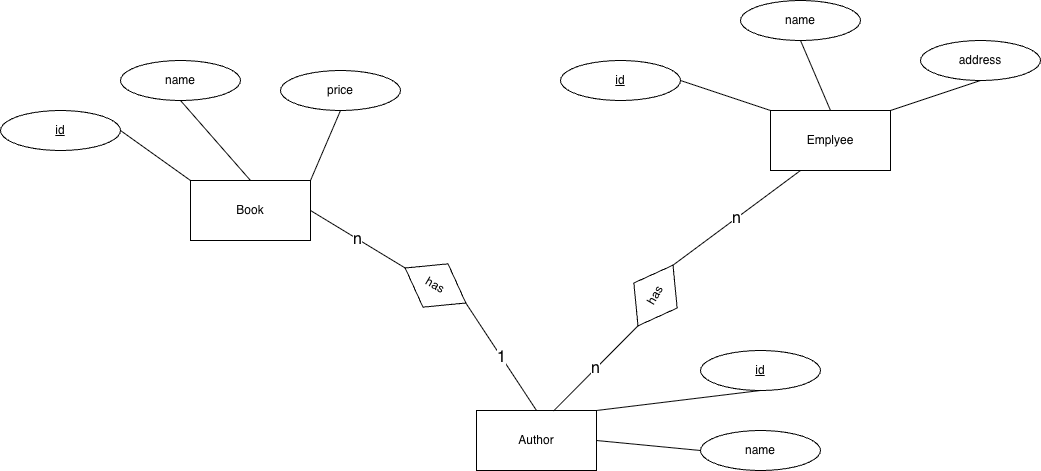
Before: book_store/book_store.drawio.png, a diagram exported from draw.io (quangtruong27/mysql). Source tidied: cells renumbered, new cells last; positions are measured from the earlier drawing's top-left corner, leaving out a move shared by most shapes. The source it was exported from:
```xml
<mxGraphModel>
  <root>
    <mxCell id="0" />
    <mxCell id="1" parent="0" />
    <mxCell id="2" value="Book" style="rounded=0;whiteSpace=wrap;html=1;" parent="1" vertex="1">
      <mxGeometry x="190" y="180" width="120" height="60" as="geometry" />
    </mxCell>
    <mxCell id="3" value="Author" style="rounded=0;whiteSpace=wrap;html=1;" parent="1" vertex="1">
      <mxGeometry x="476" y="410" width="120" height="60" as="geometry" />
    </mxCell>
    <mxCell id="4" value="Emplyee" style="rounded=0;whiteSpace=wrap;html=1;" parent="1" vertex="1">
      <mxGeometry x="770" y="110" width="120" height="60" as="geometry" />
    </mxCell>
    <mxCell id="5" value="&lt;u&gt;id&lt;/u&gt;" style="ellipse;whiteSpace=wrap;html=1;" parent="1" vertex="1">
      <mxGeometry y="110" width="120" height="40" as="geometry" />
    </mxCell>
    <mxCell id="6" value="name" style="ellipse;whiteSpace=wrap;html=1;" parent="1" vertex="1">
      <mxGeometry x="120" y="60" width="120" height="40" as="geometry" />
    </mxCell>
    <mxCell id="7" value="price" style="ellipse;whiteSpace=wrap;html=1;" parent="1" vertex="1">
      <mxGeometry x="280" y="70" width="120" height="40" as="geometry" />
    </mxCell>
    <mxCell id="8" value="&lt;u&gt;id&lt;/u&gt;" style="ellipse;whiteSpace=wrap;html=1;" parent="1" vertex="1">
      <mxGeometry x="700" y="350" width="120" height="40" as="geometry" />
    </mxCell>
    <mxCell id="9" value="name" style="ellipse;whiteSpace=wrap;html=1;" parent="1" vertex="1">
      <mxGeometry x="700" y="430" width="120" height="40" as="geometry" />
    </mxCell>
    <mxCell id="10" value="&lt;u&gt;id&lt;/u&gt;" style="ellipse;whiteSpace=wrap;html=1;" parent="1" vertex="1">
      <mxGeometry x="560" y="60" width="120" height="40" as="geometry" />
    </mxCell>
    <mxCell id="11" value="name" style="ellipse;whiteSpace=wrap;html=1;" parent="1" vertex="1">
      <mxGeometry x="740" width="120" height="40" as="geometry" />
    </mxCell>
    <mxCell id="12" value="address" style="ellipse;whiteSpace=wrap;html=1;" parent="1" vertex="1">
      <mxGeometry x="920" y="40" width="120" height="40" as="geometry" />
    </mxCell>
    <mxCell id="13" style="endArrow=none;html=1;rounded=0;entryX=1;entryY=0.5;entryDx=0;entryDy=0;exitX=0;exitY=0;exitDx=0;exitDy=0;" parent="1" edge="1" source="2" target="5">
      <mxGeometry relative="1" as="geometry" />
    </mxCell>
    <mxCell id="14" style="endArrow=none;html=1;rounded=0;entryX=0.5;entryY=1;entryDx=0;entryDy=0;exitX=0.5;exitY=0;exitDx=0;exitDy=0;" parent="1" edge="1" source="2" target="6">
      <mxGeometry relative="1" as="geometry" />
    </mxCell>
    <mxCell id="15" style="endArrow=none;html=1;rounded=0;entryX=0.5;entryY=1;entryDx=0;entryDy=0;exitX=1;exitY=0;exitDx=0;exitDy=0;" parent="1" edge="1" source="2" target="7">
      <mxGeometry relative="1" as="geometry" />
    </mxCell>
    <mxCell id="16" style="endArrow=none;html=1;rounded=0;entryX=0.5;entryY=1;entryDx=0;entryDy=0;exitX=1;exitY=0;exitDx=0;exitDy=0;" parent="1" edge="1" source="3" target="8">
      <mxGeometry relative="1" as="geometry" />
    </mxCell>
    <mxCell id="17" style="endArrow=none;html=1;rounded=0;entryX=0;entryY=0.5;entryDx=0;entryDy=0;exitX=1;exitY=0.5;exitDx=0;exitDy=0;" parent="1" edge="1" source="3" target="9">
      <mxGeometry relative="1" as="geometry" />
    </mxCell>
    <mxCell id="18" style="endArrow=none;html=1;rounded=0;exitX=1;exitY=0.5;exitDx=0;exitDy=0;entryX=0;entryY=0;entryDx=0;entryDy=0;" parent="1" edge="1" source="10" target="4">
      <mxGeometry relative="1" as="geometry" />
    </mxCell>
    <mxCell id="19" style="endArrow=none;html=1;rounded=0;exitX=0.5;exitY=0;exitDx=0;exitDy=0;entryX=0.5;entryY=1;entryDx=0;entryDy=0;" parent="1" edge="1" source="4" target="11">
      <mxGeometry relative="1" as="geometry" />
    </mxCell>
    <mxCell id="20" style="endArrow=none;html=1;rounded=0;exitX=1;exitY=0;exitDx=0;exitDy=0;entryX=0.5;entryY=1;entryDx=0;entryDy=0;" parent="1" edge="1" source="4" target="12">
      <mxGeometry relative="1" as="geometry" />
    </mxCell>
    <mxCell id="21" value="has" style="rhombus;whiteSpace=wrap;html=1;rotation=30;" parent="1" vertex="1">
      <mxGeometry x="400" y="260" width="70" height="50" as="geometry" />
    </mxCell>
    <mxCell id="22" value="&lt;font style=&quot;font-size: 16px;&quot;&gt;n&lt;/font&gt;" style="endArrow=none;html=1;rounded=0;exitX=1;exitY=0.5;exitDx=0;exitDy=0;entryX=0;entryY=0.5;entryDx=0;entryDy=0;" parent="1" edge="1" source="2">
      <mxGeometry relative="1" as="geometry">
        <mxPoint x="404.7" y="267.5" as="targetPoint" />
      </mxGeometry>
    </mxCell>
    <mxCell id="23" value="&lt;font style=&quot;font-size: 16px;&quot;&gt;1&lt;/font&gt;" style="endArrow=none;html=1;rounded=0;exitX=0.5;exitY=0;exitDx=0;exitDy=0;entryX=1;entryY=0.5;entryDx=0;entryDy=0;" parent="1" edge="1" source="3" target="21">
      <mxGeometry relative="1" as="geometry" />
    </mxCell>
    <mxCell id="24" value="has" style="rhombus;whiteSpace=wrap;html=1;rotation=-60;" parent="1" vertex="1">
      <mxGeometry x="620" y="270" width="70" height="50" as="geometry" />
    </mxCell>
    <mxCell id="25" value="&lt;font style=&quot;font-size: 16px;&quot;&gt;n&lt;/font&gt;" style="endArrow=none;html=1;rounded=0;exitX=0.642;exitY=0.008;exitDx=0;exitDy=0;exitPerimeter=0;entryX=0;entryY=0.5;entryDx=0;entryDy=0;" parent="1" edge="1" source="3" target="24">
      <mxGeometry relative="1" as="geometry" />
    </mxCell>
    <mxCell id="26" value="&lt;font style=&quot;font-size: 16px;&quot;&gt;n&lt;/font&gt;" style="endArrow=none;html=1;rounded=0;entryX=0.25;entryY=1;entryDx=0;entryDy=0;exitX=1;exitY=0.5;exitDx=0;exitDy=0;" parent="1" edge="1" source="24" target="4">
      <mxGeometry relative="1" as="geometry" />
    </mxCell>
  </root>
</mxGraphModel>
```
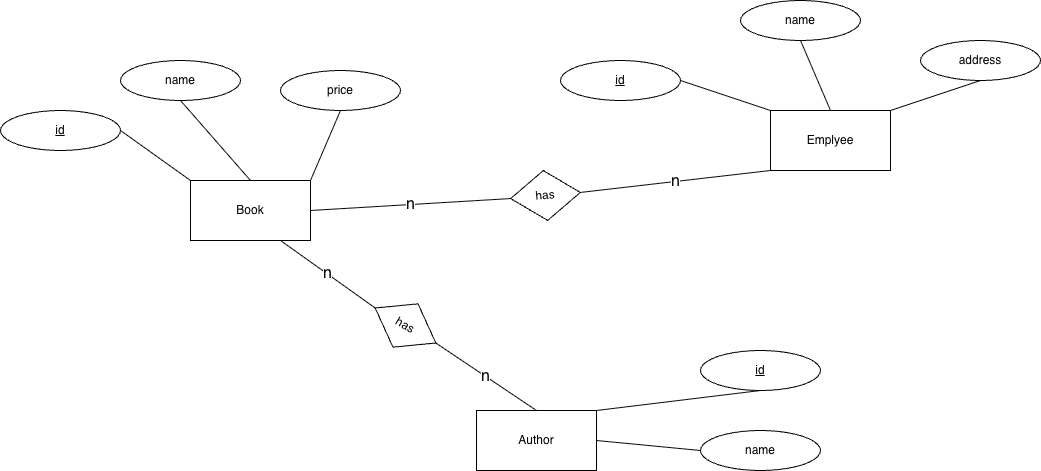
Above is the later version.

Diff of the diagram source:
```diff
@@ -60,23 +60,21 @@
       <mxGeometry relative="1" as="geometry" />
     </mxCell>
     <mxCell id="21" value="has" style="rhombus;whiteSpace=wrap;html=1;rotation=30;" parent="1" vertex="1">
-      <mxGeometry x="400" y="260" width="70" height="50" as="geometry" />
+      <mxGeometry x="370" y="300" width="70" height="50" as="geometry" />
     </mxCell>
-    <mxCell id="22" value="&lt;font style=&quot;font-size: 16px;&quot;&gt;n&lt;/font&gt;" style="endArrow=none;html=1;rounded=0;exitX=1;exitY=0.5;exitDx=0;exitDy=0;entryX=0;entryY=0.5;entryDx=0;entryDy=0;" parent="1" edge="1" source="2">
-      <mxGeometry relative="1" as="geometry">
-        <mxPoint x="404.7" y="267.5" as="targetPoint" />
-      </mxGeometry>
+    <mxCell id="22" value="&lt;font style=&quot;font-size: 16px;&quot;&gt;n&lt;/font&gt;" style="endArrow=none;html=1;rounded=0;exitX=0.75;exitY=1;exitDx=0;exitDy=0;entryX=0;entryY=0.5;entryDx=0;entryDy=0;" parent="1" edge="1" source="2" target="21">
+      <mxGeometry relative="1" as="geometry" />
     </mxCell>
-    <mxCell id="23" value="&lt;font style=&quot;font-size: 16px;&quot;&gt;1&lt;/font&gt;" style="endArrow=none;html=1;rounded=0;exitX=0.5;exitY=0;exitDx=0;exitDy=0;entryX=1;entryY=0.5;entryDx=0;entryDy=0;" parent="1" edge="1" source="3" target="21">
+    <mxCell id="23" value="&lt;font style=&quot;font-size: 16px;&quot;&gt;n&lt;/font&gt;" style="endArrow=none;html=1;rounded=0;exitX=0.5;exitY=0;exitDx=0;exitDy=0;entryX=1;entryY=0.5;entryDx=0;entryDy=0;" parent="1" edge="1" source="3" target="21">
       <mxGeometry relative="1" as="geometry" />
     </mxCell>
-    <mxCell id="24" value="has" style="rhombus;whiteSpace=wrap;html=1;rotation=-60;" parent="1" vertex="1">
-      <mxGeometry x="620" y="270" width="70" height="50" as="geometry" />
+    <mxCell id="24" value="has" style="rhombus;whiteSpace=wrap;html=1;rotation=-5;" parent="1" vertex="1">
+      <mxGeometry x="510" y="170" width="70" height="50" as="geometry" />
     </mxCell>
-    <mxCell id="25" value="&lt;font style=&quot;font-size: 16px;&quot;&gt;n&lt;/font&gt;" style="endArrow=none;html=1;rounded=0;exitX=0.642;exitY=0.008;exitDx=0;exitDy=0;exitPerimeter=0;entryX=0;entryY=0.5;entryDx=0;entryDy=0;" parent="1" edge="1" source="3" target="24">
+    <mxCell id="25" value="&lt;font style=&quot;font-size: 16px;&quot;&gt;n&lt;/font&gt;" style="endArrow=none;html=1;rounded=0;exitX=1;exitY=0.5;exitDx=0;exitDy=0;entryX=0;entryY=0.5;entryDx=0;entryDy=0;" parent="1" edge="1" source="2" target="24">
       <mxGeometry relative="1" as="geometry" />
     </mxCell>
-    <mxCell id="26" value="&lt;font style=&quot;font-size: 16px;&quot;&gt;n&lt;/font&gt;" style="endArrow=none;html=1;rounded=0;entryX=0.25;entryY=1;entryDx=0;entryDy=0;exitX=1;exitY=0.5;exitDx=0;exitDy=0;" parent="1" edge="1" source="24" target="4">
+    <mxCell id="26" value="&lt;font style=&quot;font-size: 16px;&quot;&gt;n&lt;/font&gt;" style="endArrow=none;html=1;rounded=0;entryX=0;entryY=1;entryDx=0;entryDy=0;exitX=1;exitY=0.5;exitDx=0;exitDy=0;" parent="1" edge="1" source="24" target="4">
       <mxGeometry relative="1" as="geometry" />
     </mxCell>
   </root>
```
